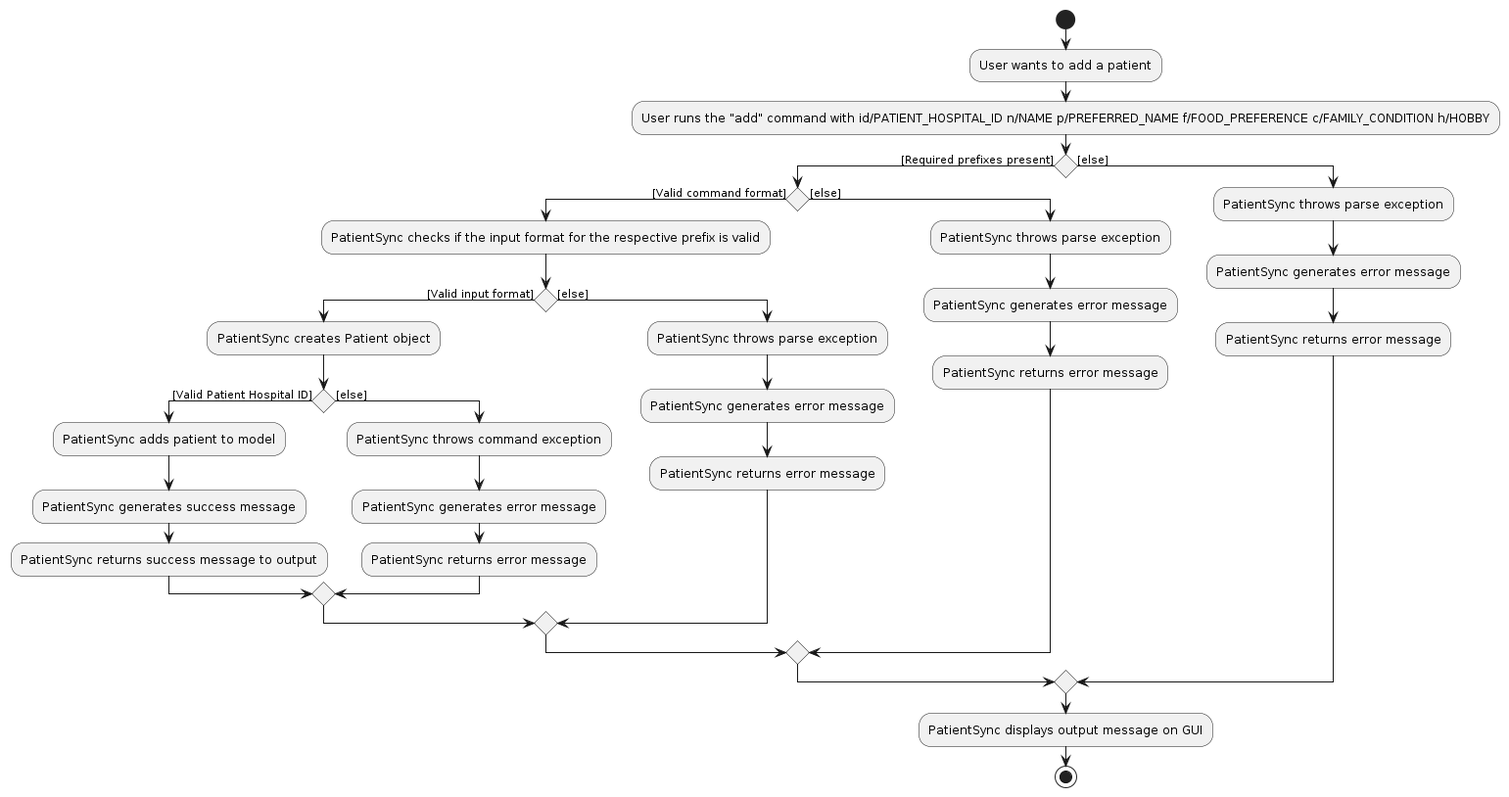
NeoHW/tp keeps this PlantUML diagram as diagrams/AddActivityDiagram.png. Above is the earlier version. Its source is kept beside it as diagrams/AddActivityDiagram.puml. Source of this version:
```plantuml
@startuml

start
:User wants to add a patient;
:User runs the "add" command with id/PATIENT_HOSPITAL_ID n/NAME p/PREFERRED_NAME f/FOOD_PREFERENCE c/FAMILY_CONDITION h/HOBBY;
if () then ([Required prefixes present])
  if () then ([Valid command format])
    :PatientSync checks if the input format for the respective prefix is valid;
    if () then ([Valid input format])
      :PatientSync creates Patient object;
      if () then ([Valid Patient Hospital ID])
        :PatientSync adds patient to model;
        :PatientSync generates success message;
        :PatientSync returns success message to output;
      else ([else])
        :PatientSync throws command exception;
        :PatientSync generates error message;
        :PatientSync returns error message;
      endif
    else ([else])
      :PatientSync throws parse exception;
      :PatientSync generates error message;
      :PatientSync returns error message;
    endif
  else ([else])
    :PatientSync throws parse exception;
    :PatientSync generates error message;
    :PatientSync returns error message;
  endif
else ([else])
  :PatientSync throws parse exception;
  :PatientSync generates error message;
  :PatientSync returns error message;
endif
:PatientSync displays output message on GUI;
stop
@enduml
```
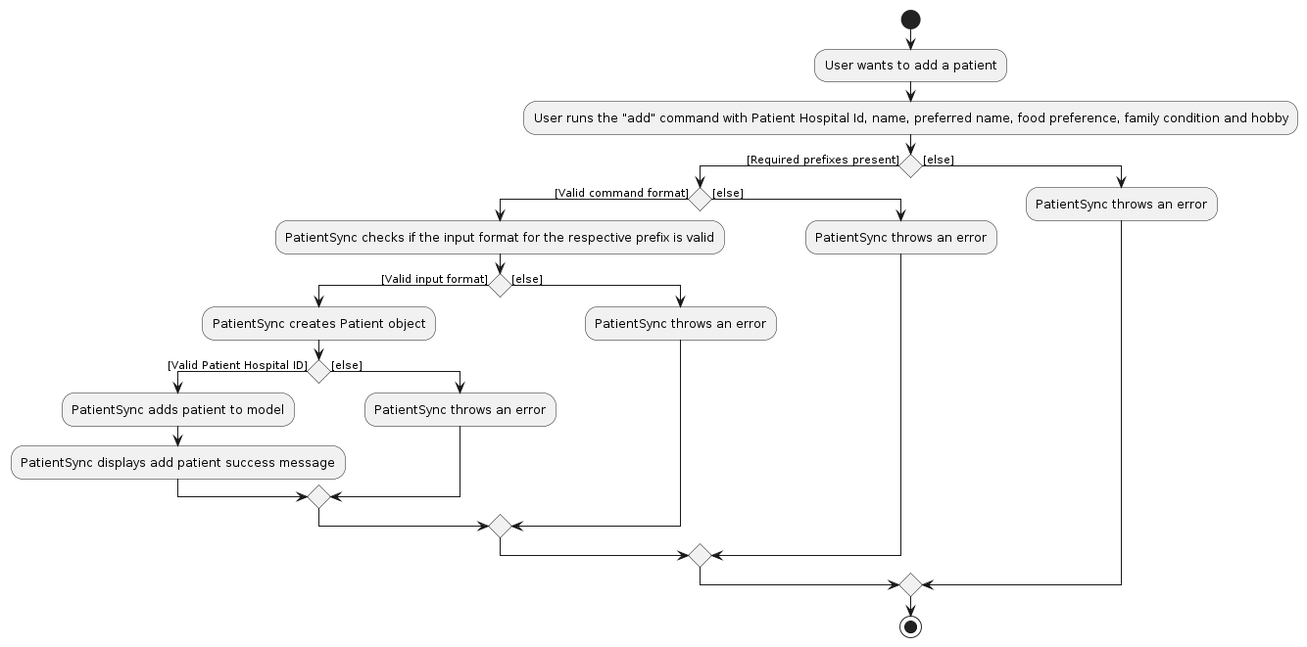
The same file after the commit.

Diff of the diagram source:
```diff
@@ -2,7 +2,7 @@
 
 start
 :User wants to add a patient;
-:User runs the "add" command with id/PATIENT_HOSPITAL_ID n/NAME p/PREFERRED_NAME f/FOOD_PREFERENCE c/FAMILY_CONDITION h/HOBBY;
+:User runs the "add" command with Patient Hospital Id, name, preferred name, food preference, family condition and hobby;
 if () then ([Required prefixes present])
   if () then ([Valid command format])
     :PatientSync checks if the input format for the respective prefix is valid;
@@ -10,28 +10,18 @@
       :PatientSync creates Patient object;
       if () then ([Valid Patient Hospital ID])
         :PatientSync adds patient to model;
-        :PatientSync generates success message;
-        :PatientSync returns success message to output;
+        :PatientSync displays add patient success message;
       else ([else])
-        :PatientSync throws command exception;
-        :PatientSync generates error message;
-        :PatientSync returns error message;
+        :PatientSync throws an error;
       endif
     else ([else])
-      :PatientSync throws parse exception;
-      :PatientSync generates error message;
-      :PatientSync returns error message;
+      :PatientSync throws an error;
     endif
   else ([else])
-    :PatientSync throws parse exception;
-    :PatientSync generates error message;
-    :PatientSync returns error message;
+    :PatientSync throws an error;
   endif
 else ([else])
-  :PatientSync throws parse exception;
-  :PatientSync generates error message;
-  :PatientSync returns error message;
+  :PatientSync throws an error;
 endif
-:PatientSync displays output message on GUI;
 stop
 @enduml
```
